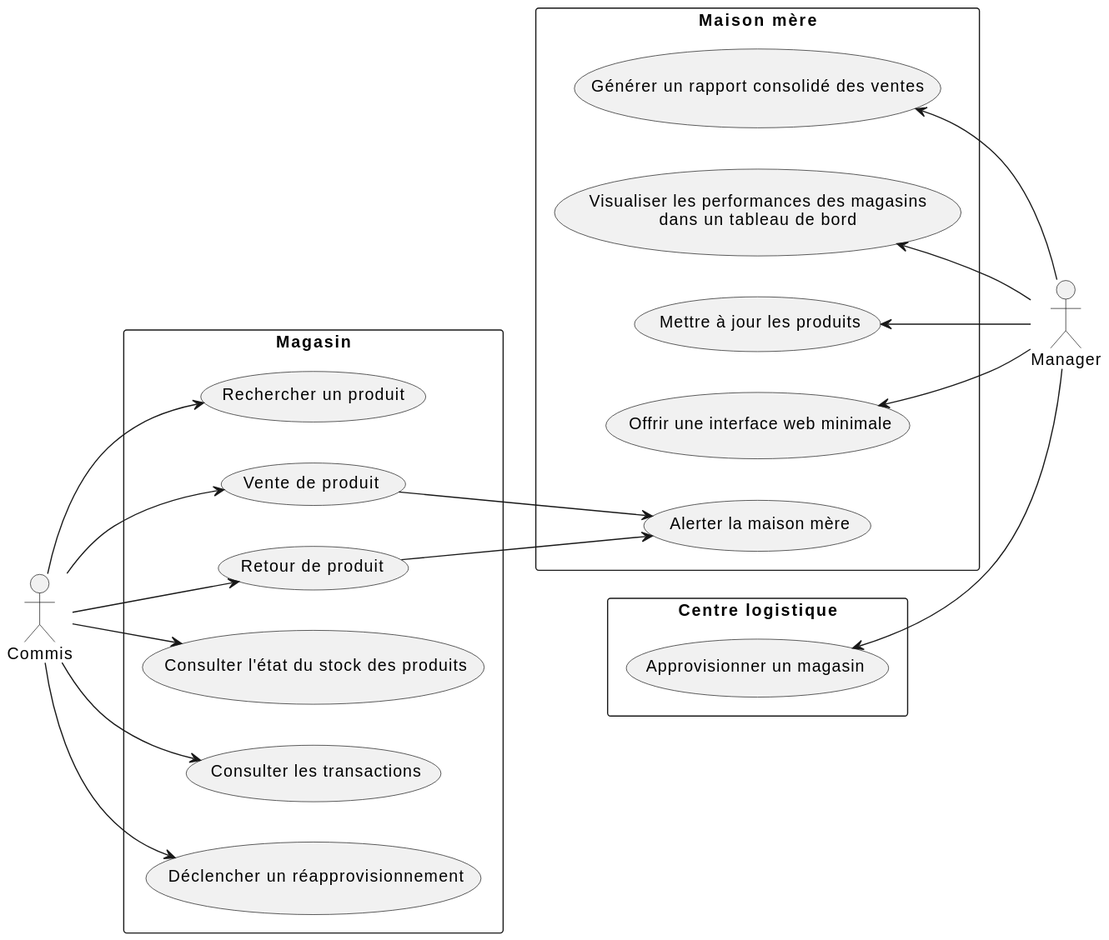
Before: docs/uml/exports/ucd.svg, a diagram exported from PlantUML (SunnyKentz/labo-5-log430).
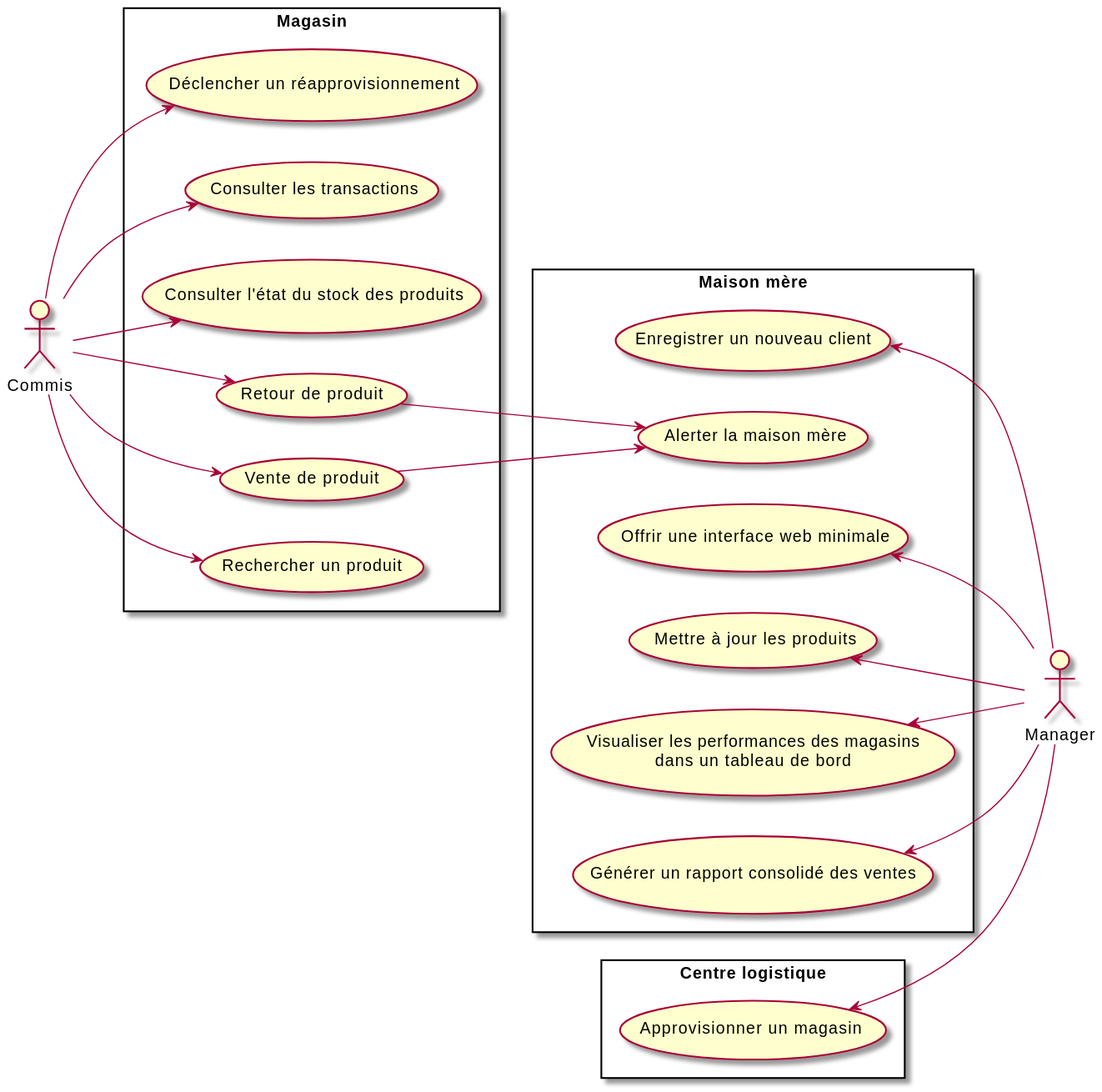
The same file after the commit.

Diff of the diagram source:
```diff
@@ -23,6 +23,7 @@
   usecase " Mettre à jour les produits" as UC9
   usecase " Offrir une interface web minimale" as UC10
   usecase " Alerter la maison mère" as UC11
+  usecase "Enregistrer un nouveau client" as UC13
 }
 UC2 --> UC11
 UC3 --> UC11
@@ -31,10 +32,12 @@
 UC8 <-- fc2
 UC9 <-- fc2
 UC10 <-- fc2
+UC13 <-- fc2
 
 rectangle "Centre logistique" {
   usecase "Approvisionner un magasin " as UC12
 }
 
 UC12 <-- fc2
+
 @enduml
```
